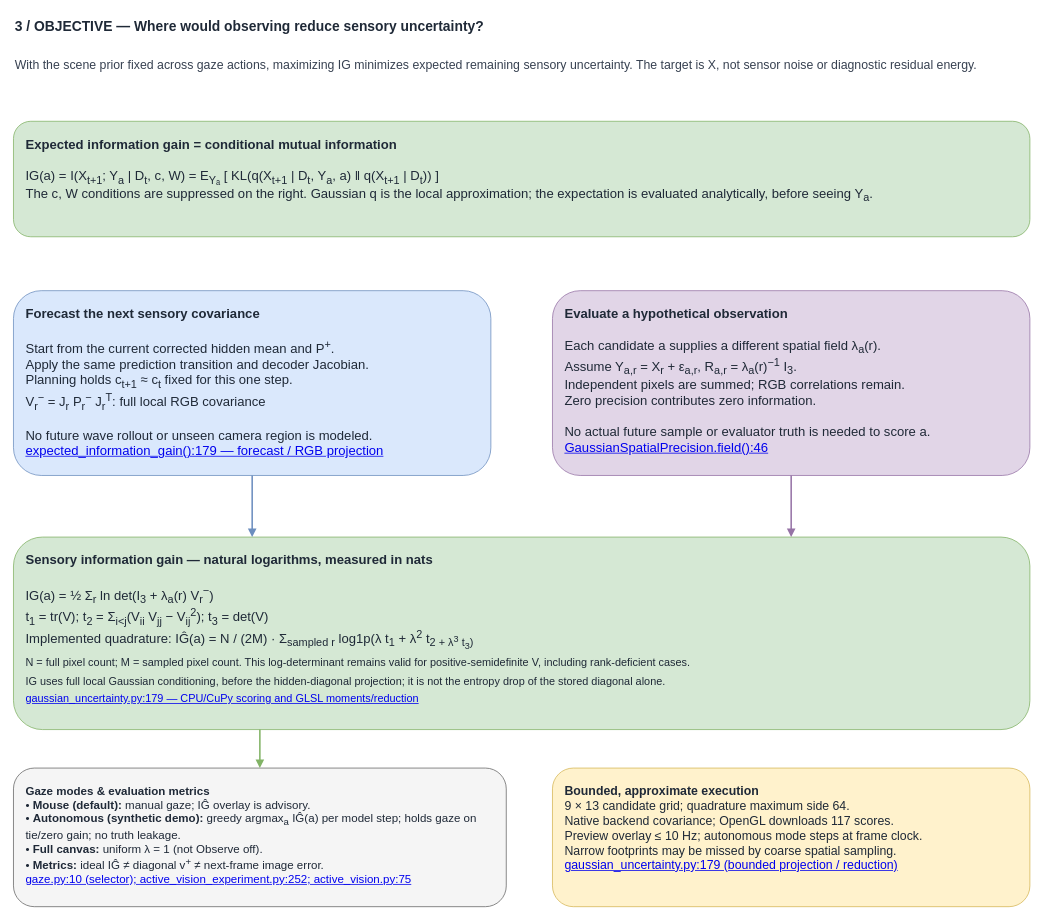
The draw.io diagram page "3 - Sensory information objective" (3 of 3) of docs/predictive-uncertainty-math.drawio in EternalGoldenBraid/AudioViz, before the edit. Source tidied: cells renumbered, new cells numbered last; positions are measured from the earlier drawing's top-left corner, leaving out a move shared by most shapes. Both pictures are drawn from the tidied source at 77%, with x=0, y=0 at pixel (13, 13).
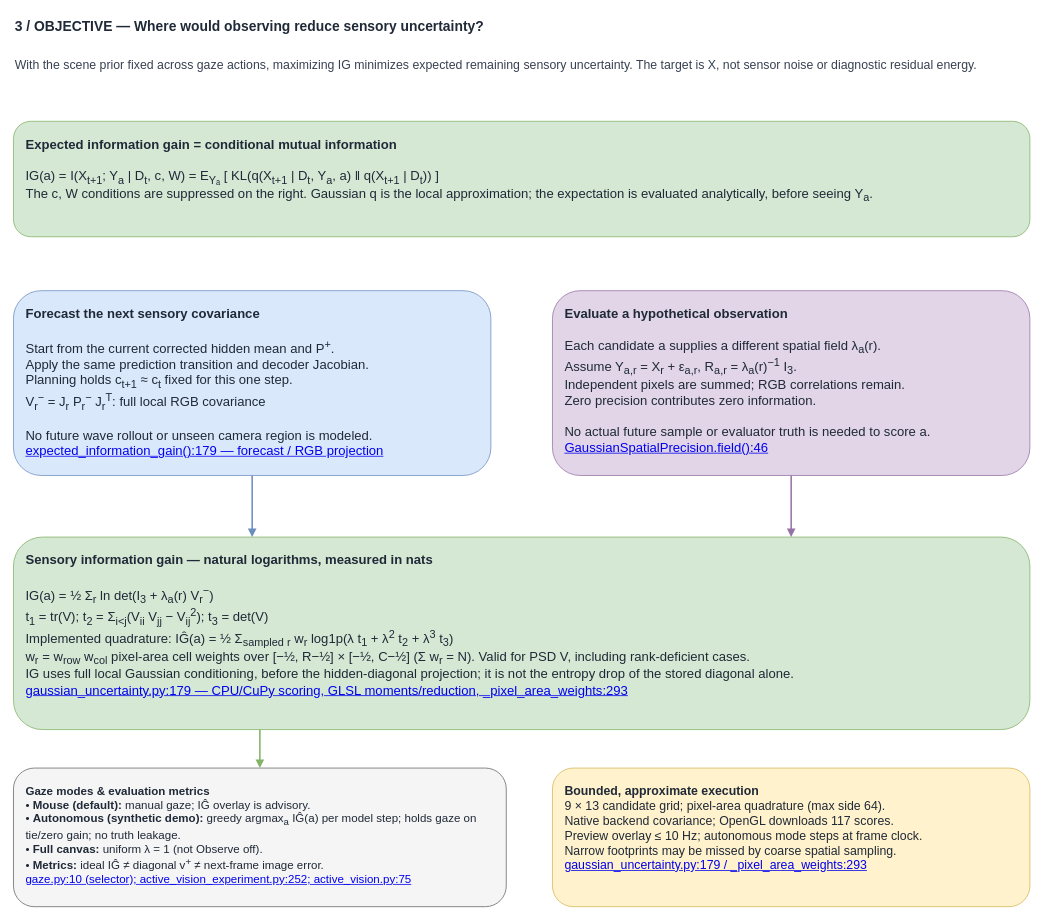
The same diagram, later.

Commit message (it also covers changes not shown here):
Active vision: sync docs and diagram for pixel-area quadrature

Diff of the diagram source:
```diff
@@
 <mxGraphModel background="#ffffff">
   <root>
     <mxCell id="0" />
     <mxCell id="1" parent="0" />
     <mxCell id="2" value="3 / OBJECTIVE — Where would observing reduce sensory uncertainty?" style="text;whiteSpace=wrap;html=1;fontSize=18;fontStyle=1;align=left;fontColor=#1f2937;" parent="1" vertex="1">
       <mxGeometry width="1320" height="40" as="geometry" />
     </mxCell>
     <mxCell id="3" value="With the scene prior fixed across gaze actions, maximizing IG minimizes expected remaining sensory uncertainty. The target is X, not sensor noise or diagnostic residual energy." style="text;whiteSpace=wrap;html=1;fontSize=16;align=left;fontColor=#374151;" parent="1" vertex="1">
       <mxGeometry y="50" width="1320" height="50" as="geometry" />
     </mxCell>
     <mxCell id="4" value="&lt;b&gt;Expected information gain = conditional mutual information&lt;/b&gt;&lt;br&gt;&lt;br&gt;IG(a) = I(X&lt;sub&gt;t+1&lt;/sub&gt;; Y&lt;sub&gt;a&lt;/sub&gt; | D&lt;sub&gt;t&lt;/sub&gt;, c, W) = E&lt;sub&gt;Yₐ&lt;/sub&gt; [ KL(q(X&lt;sub&gt;t+1&lt;/sub&gt; | D&lt;sub&gt;t&lt;/sub&gt;, Y&lt;sub&gt;a&lt;/sub&gt;, a) ‖ q(X&lt;sub&gt;t+1&lt;/sub&gt; | D&lt;sub&gt;t&lt;/sub&gt;)) ]&lt;br&gt;The c, W conditions are suppressed on the right. Gaussian q is the local approximation; the expectation is evaluated analytically, before seeing Y&lt;sub&gt;a&lt;/sub&gt;." style="rounded=1;whiteSpace=wrap;html=1;fillColor=#d5e8d4;strokeColor=#82b366;fontColor=#1f2937;fontSize=17;align=left;verticalAlign=top;spacing=16;" parent="1" vertex="1">
       <mxGeometry y="140" width="1320" height="150" as="geometry" />
     </mxCell>
     <mxCell id="5" value="&lt;b&gt;Forecast the next sensory covariance&lt;/b&gt;&lt;br&gt;&lt;br&gt;Start from the current corrected hidden mean and P&lt;sup&gt;+&lt;/sup&gt;.&lt;br&gt;Apply the same prediction transition and decoder Jacobian.&lt;br&gt;Planning holds c&lt;sub&gt;t+1&lt;/sub&gt; ≈ c&lt;sub&gt;t&lt;/sub&gt; fixed for this one step.&lt;br&gt;V&lt;sub&gt;r&lt;/sub&gt;&lt;sup&gt;−&lt;/sup&gt; = J&lt;sub&gt;r&lt;/sub&gt; P&lt;sub&gt;r&lt;/sub&gt;&lt;sup&gt;−&lt;/sup&gt; J&lt;sub&gt;r&lt;/sub&gt;&lt;sup&gt;T&lt;/sup&gt;: full local RGB covariance&lt;br&gt;&lt;br&gt;No future wave rollout or unseen camera region is modeled.&lt;br&gt;&lt;a href=&quot;vscode://file/home/nicklas/Projects/AudioViz/src/audioviz/readouts/gaussian_uncertainty.py:179:1&quot;&gt;expected_information_gain():179 — forecast / RGB projection&lt;/a&gt;" style="rounded=1;whiteSpace=wrap;html=1;fillColor=#dae8fc;strokeColor=#6c8ebf;fontColor=#1f2937;fontSize=17;align=left;verticalAlign=top;spacing=16;" parent="1" vertex="1">
       <mxGeometry y="360" width="620" height="240" as="geometry" />
     </mxCell>
     <mxCell id="6" value="&lt;b&gt;Evaluate a hypothetical observation&lt;/b&gt;&lt;br&gt;&lt;br&gt;Each candidate a supplies a different spatial field λ&lt;sub&gt;a&lt;/sub&gt;(r).&lt;br&gt;Assume Y&lt;sub&gt;a,r&lt;/sub&gt; = X&lt;sub&gt;r&lt;/sub&gt; + ε&lt;sub&gt;a,r&lt;/sub&gt;, R&lt;sub&gt;a,r&lt;/sub&gt; = λ&lt;sub&gt;a&lt;/sub&gt;(r)&lt;sup&gt;−1&lt;/sup&gt; I&lt;sub&gt;3&lt;/sub&gt;.&lt;br&gt;Independent pixels are summed; RGB correlations remain.&lt;br&gt;Zero precision contributes zero information.&lt;br&gt;&lt;br&gt;No actual future sample or evaluator truth is needed to score a.&lt;br&gt;&lt;a href=&quot;vscode://file/home/nicklas/Projects/AudioViz/src/audioviz/readouts/spatial_precision.py:46:1&quot;&gt;GaussianSpatialPrecision.field():46&lt;/a&gt;" style="rounded=1;whiteSpace=wrap;html=1;fillColor=#e1d5e7;strokeColor=#9673a6;fontColor=#1f2937;fontSize=17;align=left;verticalAlign=top;spacing=16;" parent="1" vertex="1">
       <mxGeometry x="700" y="360" width="620" height="240" as="geometry" />
     </mxCell>
-    <mxCell id="7" value="&lt;b&gt;Sensory information gain — natural logarithms, measured in nats&lt;/b&gt;&lt;br&gt;&lt;br&gt;IG(a) = ½ Σ&lt;sub&gt;r&lt;/sub&gt; ln det(I&lt;sub&gt;3&lt;/sub&gt; + λ&lt;sub&gt;a&lt;/sub&gt;(r) V&lt;sub&gt;r&lt;/sub&gt;&lt;sup&gt;−&lt;/sup&gt;)&lt;br&gt;t&lt;sub&gt;1&lt;/sub&gt; = tr(V); t&lt;sub&gt;2&lt;/sub&gt; = Σ&lt;sub&gt;i&amp;lt;j&lt;/sub&gt;(V&lt;sub&gt;ii&lt;/sub&gt; V&lt;sub&gt;jj&lt;/sub&gt; − V&lt;sub&gt;ij&lt;/sub&gt;&lt;sup&gt;2&lt;/sup&gt;); t&lt;sub&gt;3&lt;/sub&gt; = det(V)&lt;br&gt;Implemented quadrature: IĜ(a) = N / (2M) · Σ&lt;sub&gt;sampled r&lt;/sub&gt; log1p(λ t&lt;sub&gt;1&lt;/sub&gt; + λ&lt;sup&gt;2&lt;/sup&gt; t&lt;sub&gt;2&lt;/sup&gt; + λ&lt;sup&gt;3&lt;/sup&gt; t&lt;sub&gt;3&lt;/sub&gt;)&lt;br&gt;N = full pixel count; M = sampled pixel count. This log-determinant remains valid for positive-semidefinite V, including rank-deficient cases.&lt;br&gt;IG uses full local Gaussian conditioning, before the hidden-diagonal projection; it is not the entropy drop of the stored diagonal alone.&lt;br&gt;&lt;a href=&quot;vscode://file/home/nicklas/Projects/AudioViz/src/audioviz/readouts/gaussian_uncertainty.py:179:1&quot;&gt;gaussian_uncertainty.py:179 — CPU/CuPy scoring and GLSL moments/reduction&lt;/a&gt;" style="rounded=1;whiteSpace=wrap;html=1;fillColor=#d5e8d4;strokeColor=#82b366;fontColor=#1f2937;fontSize=17;align=left;verticalAlign=top;spacing=16;" parent="1" vertex="1">
+    <mxCell id="7" value="&lt;b&gt;Sensory information gain — natural logarithms, measured in nats&lt;/b&gt;&lt;br&gt;&lt;br&gt;IG(a) = ½ Σ&lt;sub&gt;r&lt;/sub&gt; ln det(I&lt;sub&gt;3&lt;/sub&gt; + λ&lt;sub&gt;a&lt;/sub&gt;(r) V&lt;sub&gt;r&lt;/sub&gt;&lt;sup&gt;−&lt;/sup&gt;)&lt;br&gt;t&lt;sub&gt;1&lt;/sub&gt; = tr(V); t&lt;sub&gt;2&lt;/sub&gt; = Σ&lt;sub&gt;i&amp;lt;j&lt;/sub&gt;(V&lt;sub&gt;ii&lt;/sub&gt; V&lt;sub&gt;jj&lt;/sub&gt; − V&lt;sub&gt;ij&lt;/sub&gt;&lt;sup&gt;2&lt;/sup&gt;); t&lt;sub&gt;3&lt;/sub&gt; = det(V)&lt;br&gt;Implemented quadrature: IĜ(a) = ½ Σ&lt;sub&gt;sampled r&lt;/sub&gt; w&lt;sub&gt;r&lt;/sub&gt; log1p(λ t&lt;sub&gt;1&lt;/sub&gt; + λ&lt;sup&gt;2&lt;/sup&gt; t&lt;sub&gt;2&lt;/sub&gt; + λ&lt;sup&gt;3&lt;/sup&gt; t&lt;sub&gt;3&lt;/sub&gt;)&lt;br&gt;w&lt;sub&gt;r&lt;/sub&gt; = w&lt;sub&gt;row&lt;/sub&gt; w&lt;sub&gt;col&lt;/sub&gt; pixel-area cell weights over [−½, R−½] × [−½, C−½] (Σ w&lt;sub&gt;r&lt;/sub&gt; = N). Valid for PSD V, including rank-deficient cases.&lt;br&gt;IG uses full local Gaussian conditioning, before the hidden-diagonal projection; it is not the entropy drop of the stored diagonal alone.&lt;br&gt;&lt;a href=&quot;vscode://file/home/nicklas/Projects/AudioViz/src/audioviz/readouts/gaussian_uncertainty.py:179:1&quot;&gt;gaussian_uncertainty.py:179 — CPU/CuPy scoring, GLSL moments/reduction, _pixel_area_weights:293&lt;/a&gt;" style="rounded=1;whiteSpace=wrap;html=1;fillColor=#d5e8d4;strokeColor=#82b366;fontColor=#1f2937;fontSize=17;align=left;verticalAlign=top;spacing=16;" parent="1" vertex="1">
       <mxGeometry y="680" width="1320" height="250" as="geometry" />
     </mxCell>
     <mxCell id="8" value="&lt;b&gt;Gaze modes &amp;amp; evaluation metrics&lt;/b&gt;&lt;br&gt;• &lt;b&gt;Mouse (default):&lt;/b&gt; manual gaze; IĜ overlay is advisory.&lt;br&gt;• &lt;b&gt;Autonomous (synthetic demo):&lt;/b&gt; greedy argmax&lt;sub&gt;a&lt;/sub&gt; IĜ(a) per model step; holds gaze on tie/zero gain; no truth leakage.&lt;br&gt;• &lt;b&gt;Full canvas:&lt;/b&gt; uniform λ = 1 (not Observe off).&lt;br&gt;• &lt;b&gt;Metrics:&lt;/b&gt; ideal IĜ ≠ diagonal v&lt;sup&gt;+&lt;/sup&gt; ≠ next-frame image error.&lt;br&gt;&lt;a href=&quot;vscode://file/home/nicklas/Projects/AudioViz/src/audioviz/sources/gaze.py:10:1&quot;&gt;gaze.py:10 (selector); active_vision_experiment.py:252; active_vision.py:75&lt;/a&gt;" style="rounded=1;whiteSpace=wrap;html=1;fillColor=#f5f5f5;strokeColor=#666666;fontColor=#1f2937;fontSize=15;align=left;verticalAlign=top;spacing=16;" parent="1" vertex="1">
       <mxGeometry y="980" width="640" height="180" as="geometry" />
     </mxCell>
-    <mxCell id="9" value="&lt;b&gt;Bounded, approximate execution&lt;/b&gt;&lt;br&gt;9 × 13 candidate grid; quadrature maximum side 64.&lt;br&gt;Native backend covariance; OpenGL downloads 117 scores.&lt;br&gt;Preview overlay ≤ 10 Hz; autonomous mode steps at frame clock.&lt;br&gt;Narrow footprints may be missed by coarse spatial sampling.&lt;br&gt;&lt;a href=&quot;vscode://file/home/nicklas/Projects/AudioViz/src/audioviz/readouts/gaussian_uncertainty.py:179:1&quot;&gt;gaussian_uncertainty.py:179 (bounded projection / reduction)&lt;/a&gt;" style="rounded=1;whiteSpace=wrap;html=1;fillColor=#fff2cc;strokeColor=#d6b656;fontColor=#1f2937;fontSize=16;align=left;verticalAlign=top;spacing=16;" parent="1" vertex="1">
+    <mxCell id="9" value="&lt;b&gt;Bounded, approximate execution&lt;/b&gt;&lt;br&gt;9 × 13 candidate grid; pixel-area quadrature (max side 64).&lt;br&gt;Native backend covariance; OpenGL downloads 117 scores.&lt;br&gt;Preview overlay ≤ 10 Hz; autonomous mode steps at frame clock.&lt;br&gt;Narrow footprints may be missed by coarse spatial sampling.&lt;br&gt;&lt;a href=&quot;vscode://file/home/nicklas/Projects/AudioViz/src/audioviz/readouts/gaussian_uncertainty.py:179:1&quot;&gt;gaussian_uncertainty.py:179 / _pixel_area_weights:293&lt;/a&gt;" style="rounded=1;whiteSpace=wrap;html=1;fillColor=#fff2cc;strokeColor=#d6b656;fontColor=#1f2937;fontSize=16;align=left;verticalAlign=top;spacing=16;" parent="1" vertex="1">
       <mxGeometry x="700" y="980" width="620" height="180" as="geometry" />
     </mxCell>
     <mxCell id="10" style="edgeStyle=orthogonalEdgeStyle;html=1;strokeColor=#6c8ebf;strokeWidth=2;endArrow=block;exitX=0.5;exitY=1;entryX=0.23485;entryY=0;" parent="1" edge="1" source="5" target="7">
       <mxGeometry relative="1" as="geometry" />
     </mxCell>
     <mxCell id="11" style="edgeStyle=orthogonalEdgeStyle;html=1;strokeColor=#9673a6;strokeWidth=2;endArrow=block;exitX=0.5;exitY=1;entryX=0.76515;entryY=0;" parent="1" edge="1" source="6" target="7">
       <mxGeometry relative="1" as="geometry" />
     </mxCell>
     <mxCell id="12" style="edgeStyle=orthogonalEdgeStyle;html=1;strokeColor=#82b366;strokeWidth=2;endArrow=block;exitX=0.24242;exitY=1;entryX=0.5;entryY=0;" parent="1" edge="1" source="7" target="8">
       <mxGeometry relative="1" as="geometry" />
     </mxCell>
   </root>
 </mxGraphModel>
```
